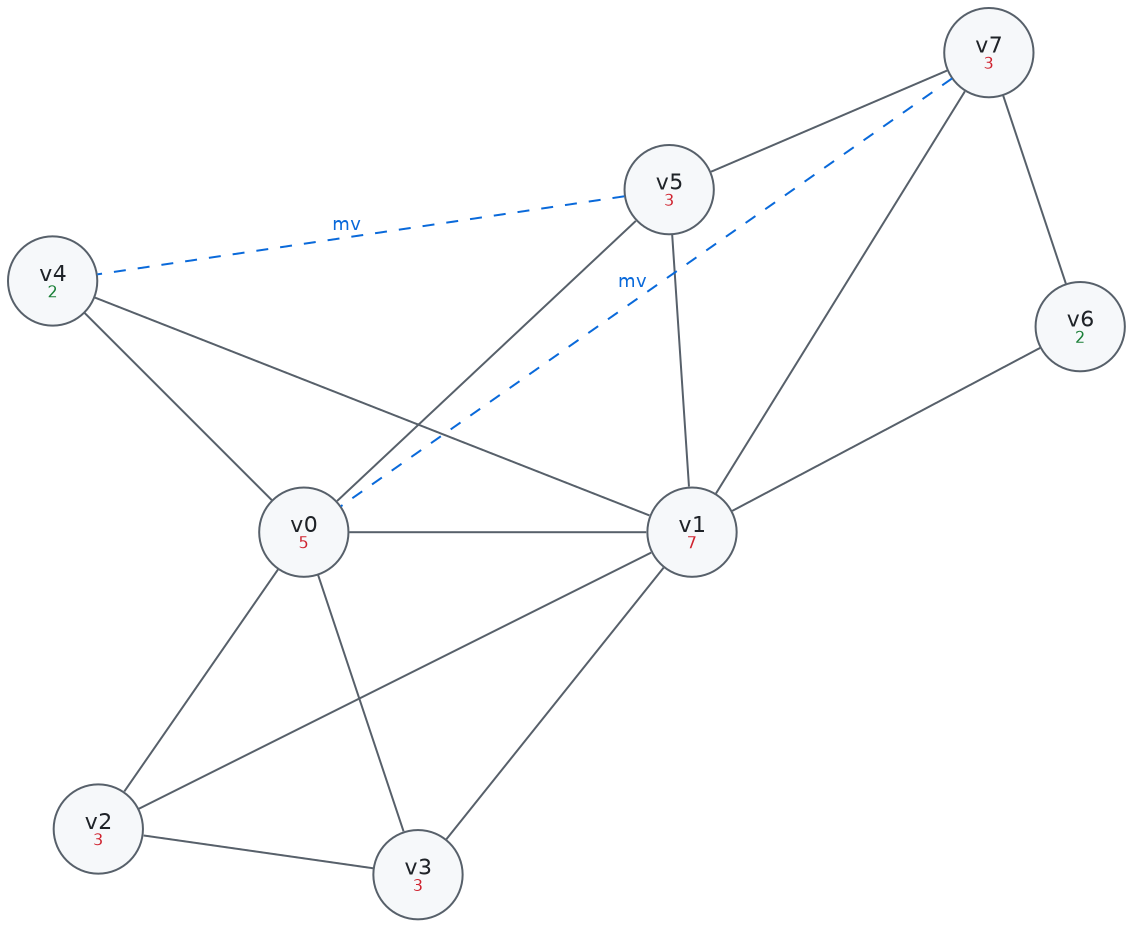
aita/CompLab keeps this Graphviz diagram as Sable/compiler/doc/figures/wt-build.png. Above is the earlier version. Its source is kept beside it as Sable/compiler/doc/figures/wt-build.dot. The source it was exported from:
```dot
graph wt {
  layout = neato;
  overlap = false;
  splines = true;
  bgcolor = "transparent";
  sep = "+8";
  node [shape = circle, style = filled, fillcolor = "#f6f8fa",
        color = "#57606a", fontcolor = "#1f2328",
        fontname = "Helvetica", fontsize = 11, width = 0.62, fixedsize = true];
  edge [color = "#57606a", dir = none, fontname = "Helvetica", fontsize = 9];
  v0 [label = <v0<BR/><FONT POINT-SIZE="8" COLOR="#cf222e">5</FONT>>, fillcolor = "#f6f8fa", color = "#57606a" pos = "0,1.5!"];
  v1 [label = <v1<BR/><FONT POINT-SIZE="8" COLOR="#cf222e">7</FONT>>, fillcolor = "#f6f8fa", color = "#57606a" pos = "1.7,1.5!"];
  v2 [label = <v2<BR/><FONT POINT-SIZE="8" COLOR="#cf222e">3</FONT>>, fillcolor = "#f6f8fa", color = "#57606a" pos = "-0.9,0.2!"];
  v3 [label = <v3<BR/><FONT POINT-SIZE="8" COLOR="#cf222e">3</FONT>>, fillcolor = "#f6f8fa", color = "#57606a" pos = "0.5,0!"];
  v4 [label = <v4<BR/><FONT POINT-SIZE="8" COLOR="#1a7f37">2</FONT>>, fillcolor = "#f6f8fa", color = "#57606a" pos = "-1.1,2.6!"];
  v5 [label = <v5<BR/><FONT POINT-SIZE="8" COLOR="#cf222e">3</FONT>>, fillcolor = "#f6f8fa", color = "#57606a" pos = "1.6,3!"];
  v6 [label = <v6<BR/><FONT POINT-SIZE="8" COLOR="#1a7f37">2</FONT>>, fillcolor = "#f6f8fa", color = "#57606a" pos = "3.4,2.4!"];
  v7 [label = <v7<BR/><FONT POINT-SIZE="8" COLOR="#cf222e">3</FONT>>, fillcolor = "#f6f8fa", color = "#57606a" pos = "3,3.6!"];
  v0 -- v1 [color = "#57606a"];
  v0 -- v2 [color = "#57606a"];
  v0 -- v3 [color = "#57606a"];
  v0 -- v4 [color = "#57606a"];
  v0 -- v5 [color = "#57606a"];
  v1 -- v2 [color = "#57606a"];
  v1 -- v3 [color = "#57606a"];
  v1 -- v4 [color = "#57606a"];
  v1 -- v5 [color = "#57606a"];
  v1 -- v6 [color = "#57606a"];
  v1 -- v7 [color = "#57606a"];
  v2 -- v3 [color = "#57606a"];
  v5 -- v7 [color = "#57606a"];
  v6 -- v7 [color = "#57606a"];
  v7 -- v0 [style = dashed, color = "#0969da", label = "mv", fontcolor = "#0969da"];
  v5 -- v4 [style = dashed, color = "#0969da", label = "mv", fontcolor = "#0969da"];
}
```
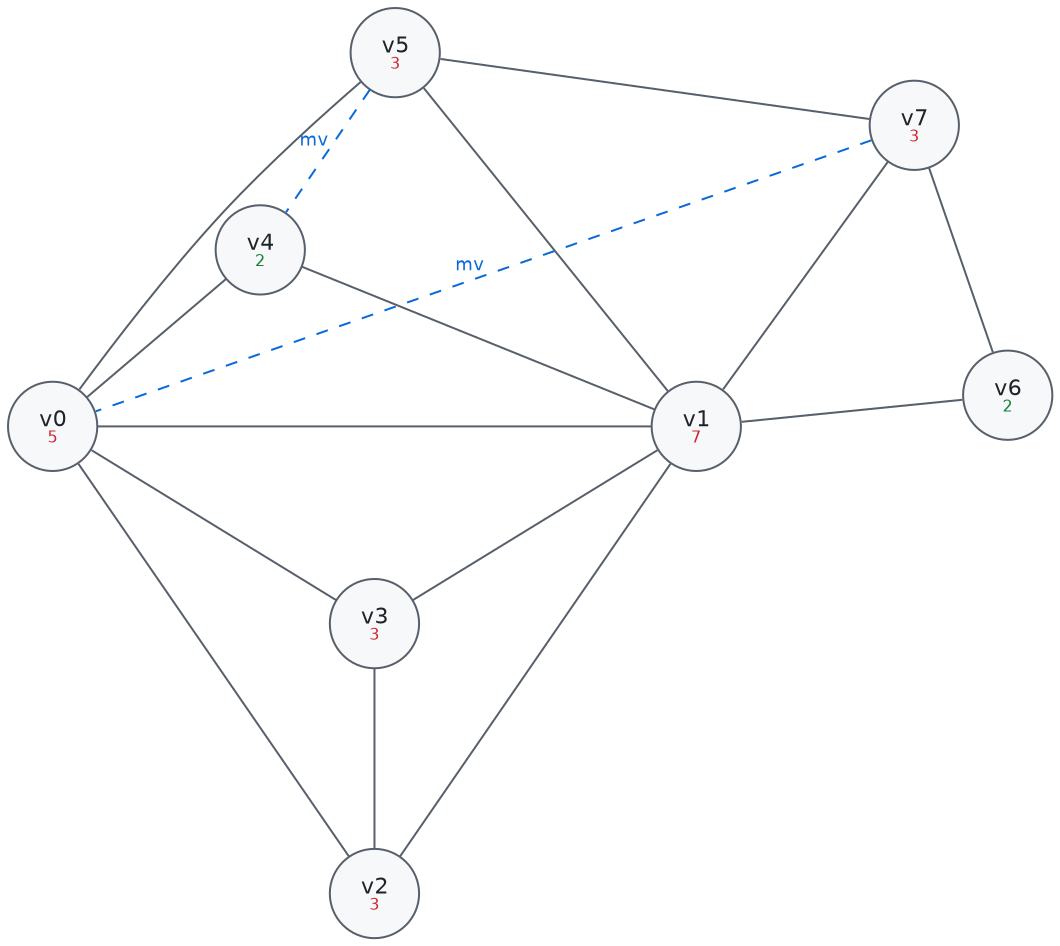
After the commit.

Change to the diagram source:
```diff
@@ -8,14 +8,14 @@
         color = "#57606a", fontcolor = "#1f2328",
         fontname = "Helvetica", fontsize = 11, width = 0.62, fixedsize = true];
   edge [color = "#57606a", dir = none, fontname = "Helvetica", fontsize = 9];
-  v0 [label = <v0<BR/><FONT POINT-SIZE="8" COLOR="#cf222e">5</FONT>>, fillcolor = "#f6f8fa", color = "#57606a" pos = "0,1.5!"];
-  v1 [label = <v1<BR/><FONT POINT-SIZE="8" COLOR="#cf222e">7</FONT>>, fillcolor = "#f6f8fa", color = "#57606a" pos = "1.7,1.5!"];
-  v2 [label = <v2<BR/><FONT POINT-SIZE="8" COLOR="#cf222e">3</FONT>>, fillcolor = "#f6f8fa", color = "#57606a" pos = "-0.9,0.2!"];
-  v3 [label = <v3<BR/><FONT POINT-SIZE="8" COLOR="#cf222e">3</FONT>>, fillcolor = "#f6f8fa", color = "#57606a" pos = "0.5,0!"];
-  v4 [label = <v4<BR/><FONT POINT-SIZE="8" COLOR="#1a7f37">2</FONT>>, fillcolor = "#f6f8fa", color = "#57606a" pos = "-1.1,2.6!"];
-  v5 [label = <v5<BR/><FONT POINT-SIZE="8" COLOR="#cf222e">3</FONT>>, fillcolor = "#f6f8fa", color = "#57606a" pos = "1.6,3!"];
-  v6 [label = <v6<BR/><FONT POINT-SIZE="8" COLOR="#1a7f37">2</FONT>>, fillcolor = "#f6f8fa", color = "#57606a" pos = "3.4,2.4!"];
-  v7 [label = <v7<BR/><FONT POINT-SIZE="8" COLOR="#cf222e">3</FONT>>, fillcolor = "#f6f8fa", color = "#57606a" pos = "3,3.6!"];
+  v0 [label = <v0<BR/><FONT POINT-SIZE="8" COLOR="#cf222e">5</FONT>>, fillcolor = "#f6f8fa", color = "#57606a" pos = "-1.55,0.1!"];
+  v1 [label = <v1<BR/><FONT POINT-SIZE="8" COLOR="#cf222e">7</FONT>>, fillcolor = "#f6f8fa", color = "#57606a" pos = "1.55,0.1!"];
+  v2 [label = <v2<BR/><FONT POINT-SIZE="8" COLOR="#cf222e">3</FONT>>, fillcolor = "#f6f8fa", color = "#57606a" pos = "0,-2.15!"];
+  v3 [label = <v3<BR/><FONT POINT-SIZE="8" COLOR="#cf222e">3</FONT>>, fillcolor = "#f6f8fa", color = "#57606a" pos = "0,-0.85!"];
+  v4 [label = <v4<BR/><FONT POINT-SIZE="8" COLOR="#1a7f37">2</FONT>>, fillcolor = "#f6f8fa", color = "#57606a" pos = "-0.55,0.95!"];
+  v5 [label = <v5<BR/><FONT POINT-SIZE="8" COLOR="#cf222e">3</FONT>>, fillcolor = "#f6f8fa", color = "#57606a" pos = "0.1,1.9!"];
+  v6 [label = <v6<BR/><FONT POINT-SIZE="8" COLOR="#1a7f37">2</FONT>>, fillcolor = "#f6f8fa", color = "#57606a" pos = "3.05,0.25!"];
+  v7 [label = <v7<BR/><FONT POINT-SIZE="8" COLOR="#cf222e">3</FONT>>, fillcolor = "#f6f8fa", color = "#57606a" pos = "2.6,1.55!"];
   v0 -- v1 [color = "#57606a"];
   v0 -- v2 [color = "#57606a"];
   v0 -- v3 [color = "#57606a"];
```
